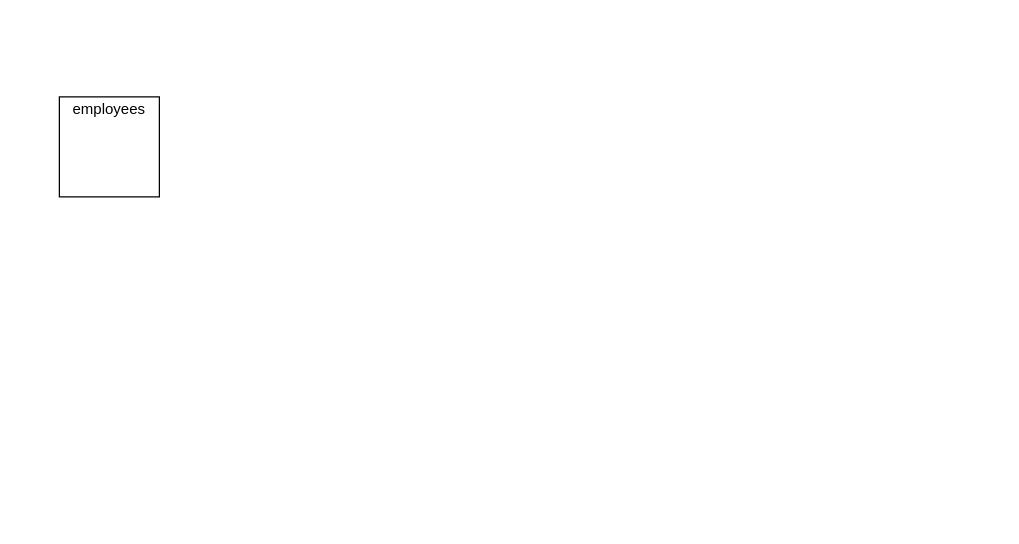
Above: page "Schema All-relation Study" (1 of 4) of Untitled Diagram.drawio in drfrostongithub/First_Project (draw.io), before the change. Source tidied: cells renumbered, new cells numbered last; positions are measured from the earlier drawing's top-left corner, leaving out a move shared by most shapes. Both pictures are drawn from the tidied source at 125%, with x=0, y=0 at pixel (59, 96).
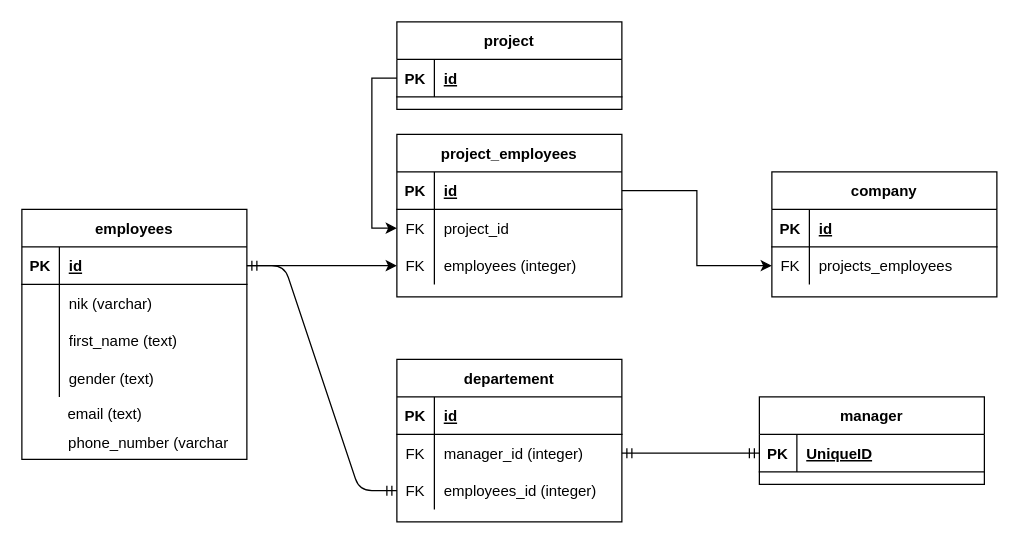
The same diagram, later.

What changed in the source:
```diff
@@
-    <mxCell id="2" style="whiteSpace=wrap;html=1;" parent="1" vertex="1">
-      <mxGeometry width="80" height="80" as="geometry" />
-    </mxCell>
+    <mxCell id="4" style="edgeStyle=entityRelationEdgeStyle;fontSize=12;html=1;endArrow=ERmandOne;startArrow=ERmandOne;entryX=0;entryY=0.5;entryDx=0;entryDy=0;" parent="1" edge="1" source="29" target="13">
+      <mxGeometry relative="1" as="geometry" />
+    </mxCell>
+    <mxCell id="5" style="edgeStyle=entityRelationEdgeStyle;fontSize=12;html=1;endArrow=ERmandOne;startArrow=ERmandOne;exitX=1;exitY=0.5;exitDx=0;exitDy=0;entryX=0;entryY=0.5;entryDx=0;entryDy=0;" parent="1" edge="1" source="10" target="57">
+      <mxGeometry relative="1" as="geometry" />
+    </mxCell>
+    <mxCell id="6" value="departement" style="shape=table;startSize=30;childLayout=tableLayout;rowLines=0;fontStyle=1;align=center;" parent="1" vertex="1">
+      <mxGeometry x="270" y="210" width="180" height="130" as="geometry" />
+    </mxCell>
+    <mxCell id="7" style="shape=partialRectangle;fillColor=none;top=0;left=0;bottom=1;right=0;" parent="6" vertex="1">
+      <mxGeometry y="30" width="180" height="30" as="geometry" />
+    </mxCell>
+    <mxCell id="8" value="PK" style="shape=partialRectangle;fillColor=none;top=0;left=0;bottom=0;right=0;fontStyle=1;overflow=hidden;" parent="7" vertex="1">
+      <mxGeometry width="30" height="30" as="geometry" />
+    </mxCell>
+    <mxCell id="9" value="id" style="shape=partialRectangle;fillColor=none;top=0;left=0;bottom=0;right=0;align=left;spacingLeft=6;fontStyle=5;overflow=hidden;" parent="7" vertex="1">
+      <mxGeometry x="30" width="150" height="30" as="geometry" />
+    </mxCell>
+    <mxCell id="10" style="shape=partialRectangle;fillColor=none;top=0;left=0;bottom=0;right=0;points=[[0,0.5],[1,0.5]];portConstraint=eastwest;" parent="6" vertex="1">
+      <mxGeometry y="60" width="180" height="30" as="geometry" />
+    </mxCell>
+    <mxCell id="11" value="FK" style="shape=partialRectangle;fillColor=none;top=0;left=0;bottom=0;right=0;overflow=hidden;" parent="10" vertex="1">
+      <mxGeometry width="30" height="30" as="geometry" />
+    </mxCell>
+    <mxCell id="12" value="manager_id (integer)" style="shape=partialRectangle;fillColor=none;top=0;left=0;bottom=0;right=0;align=left;spacingLeft=6;overflow=hidden;" parent="10" vertex="1">
+      <mxGeometry x="30" width="150" height="30" as="geometry" />
+    </mxCell>
+    <mxCell id="13" style="shape=partialRectangle;fillColor=none;top=0;left=0;bottom=0;right=0;points=[[0,0.5],[1,0.5]];portConstraint=eastwest;" parent="6" vertex="1">
+      <mxGeometry y="90" width="180" height="30" as="geometry" />
+    </mxCell>
+    <mxCell id="14" value="FK" style="shape=partialRectangle;fillColor=none;top=0;left=0;bottom=0;right=0;overflow=hidden;" parent="13" vertex="1">
+      <mxGeometry width="30" height="30" as="geometry" />
+    </mxCell>
+    <mxCell id="15" value="employees_id (integer)" style="shape=partialRectangle;fillColor=none;top=0;left=0;bottom=0;right=0;align=left;spacingLeft=6;overflow=hidden;" parent="13" vertex="1">
+      <mxGeometry x="30" width="150" height="30" as="geometry" />
+    </mxCell>
+    <mxCell id="16" value="project_employees" style="shape=table;startSize=30;childLayout=tableLayout;rowLines=0;fontStyle=1;align=center;" parent="1" vertex="1">
+      <mxGeometry x="270" y="30" width="180" height="130" as="geometry" />
+    </mxCell>
+    <mxCell id="17" style="shape=partialRectangle;fillColor=none;top=0;left=0;bottom=1;right=0;points=[[0,0.5],[1,0.5]];portConstraint=eastwest;" parent="16" vertex="1">
+      <mxGeometry y="30" width="180" height="30" as="geometry" />
+    </mxCell>
+    <mxCell id="18" value="PK" style="shape=partialRectangle;fillColor=none;top=0;left=0;bottom=0;right=0;fontStyle=1;overflow=hidden;" parent="17" vertex="1">
+      <mxGeometry width="30" height="30" as="geometry" />
+    </mxCell>
+    <mxCell id="19" value="id" style="shape=partialRectangle;fillColor=none;top=0;left=0;bottom=0;right=0;align=left;spacingLeft=6;fontStyle=5;overflow=hidden;" parent="17" vertex="1">
+      <mxGeometry x="30" width="150" height="30" as="geometry" />
+    </mxCell>
+    <mxCell id="20" style="shape=partialRectangle;fillColor=none;top=0;left=0;bottom=0;right=0;points=[[0,0.5],[1,0.5]];portConstraint=eastwest;" parent="16" vertex="1">
+      <mxGeometry y="60" width="180" height="30" as="geometry" />
+    </mxCell>
+    <mxCell id="21" value="FK" style="shape=partialRectangle;fillColor=none;top=0;left=0;bottom=0;right=0;overflow=hidden;" parent="20" vertex="1">
+      <mxGeometry width="30" height="30" as="geometry" />
+    </mxCell>
+    <mxCell id="22" value="project_id" style="shape=partialRectangle;fillColor=none;top=0;left=0;bottom=0;right=0;align=left;spacingLeft=6;overflow=hidden;" parent="20" vertex="1">
+      <mxGeometry x="30" width="150" height="30" as="geometry" />
+    </mxCell>
+    <mxCell id="23" style="shape=partialRectangle;fillColor=none;top=0;left=0;bottom=0;right=0;points=[[0,0.5],[1,0.5]];portConstraint=eastwest;" parent="16" vertex="1">
+      <mxGeometry y="90" width="180" height="30" as="geometry" />
+    </mxCell>
+    <mxCell id="24" value="FK" style="shape=partialRectangle;fillColor=none;top=0;left=0;bottom=0;right=0;overflow=hidden;" parent="23" vertex="1">
+      <mxGeometry width="30" height="30" as="geometry" />
+    </mxCell>
+    <mxCell id="25" value="employees (integer)" style="shape=partialRectangle;fillColor=none;top=0;left=0;bottom=0;right=0;align=left;spacingLeft=6;overflow=hidden;" parent="23" vertex="1">
+      <mxGeometry x="30" width="150" height="30" as="geometry" />
+    </mxCell>
+    <mxCell id="26" style="edgeStyle=orthogonalEdgeStyle;rounded=0;jettySize=auto;html=1;exitX=1;exitY=0.5;exitDx=0;exitDy=0;entryX=0;entryY=0.5;entryDx=0;entryDy=0;" parent="1" edge="1" source="29" target="23">
+      <mxGeometry relative="1" as="geometry" />
+    </mxCell>
+    <mxCell id="27" style="edgeStyle=orthogonalEdgeStyle;rounded=0;jettySize=auto;html=1;exitX=0;exitY=0.5;exitDx=0;exitDy=0;entryX=0;entryY=0.5;entryDx=0;entryDy=0;" parent="1" edge="1" source="45" target="20">
+      <mxGeometry relative="1" as="geometry" />
+    </mxCell>
+    <mxCell id="28" style="group;" parent="1" vertex="1">
+      <mxGeometry x="-30" y="90" width="180" height="200" as="geometry" />
+    </mxCell>
-    <mxCell id="3" value="employees&lt;br&gt;" style="text;html=1;strokeColor=none;fillColor=none;align=center;verticalAlign=middle;whiteSpace=wrap;rounded=0;" parent="1" vertex="1">
-      <mxGeometry x="20" width="40" height="20" as="geometry" />
+    <mxCell id="3" value="employees" style="shape=table;startSize=30;childLayout=tableLayout;rowLines=0;fontStyle=1;align=center;" parent="28" vertex="1">
+      <mxGeometry width="180" height="200" as="geometry" />
     </mxCell>
+    <mxCell id="29" style="shape=partialRectangle;fillColor=none;top=0;left=0;bottom=1;right=0;points=[[0,0.5],[1,0.5]];portConstraint=eastwest;" parent="3" vertex="1">
+      <mxGeometry y="30" width="180" height="30" as="geometry" />
+    </mxCell>
+    <mxCell id="30" value="PK" style="shape=partialRectangle;fillColor=none;top=0;left=0;bottom=0;right=0;fontStyle=1;overflow=hidden;" parent="29" vertex="1">
+      <mxGeometry width="30" height="30" as="geometry" />
+    </mxCell>
+    <mxCell id="31" value="id" style="shape=partialRectangle;fillColor=none;top=0;left=0;bottom=0;right=0;align=left;spacingLeft=6;fontStyle=5;overflow=hidden;" parent="29" vertex="1">
+      <mxGeometry x="30" width="150" height="30" as="geometry" />
+    </mxCell>
+    <mxCell id="32" style="shape=partialRectangle;fillColor=none;top=0;left=0;bottom=0;right=0;" parent="3" vertex="1">
+      <mxGeometry y="60" width="180" height="30" as="geometry" />
+    </mxCell>
+    <mxCell id="33" style="shape=partialRectangle;fillColor=none;top=0;left=0;bottom=0;right=0;overflow=hidden;" parent="32" vertex="1">
+      <mxGeometry width="30" height="30" as="geometry" />
+    </mxCell>
+    <mxCell id="34" value="nik (varchar)" style="shape=partialRectangle;fillColor=none;top=0;left=0;bottom=0;right=0;align=left;spacingLeft=6;overflow=hidden;" parent="32" vertex="1">
+      <mxGeometry x="30" width="150" height="30" as="geometry" />
+    </mxCell>
+    <mxCell id="35" style="shape=partialRectangle;fillColor=none;top=0;left=0;bottom=0;right=0;" parent="3" vertex="1">
+      <mxGeometry y="90" width="180" height="30" as="geometry" />
+    </mxCell>
+    <mxCell id="36" style="shape=partialRectangle;fillColor=none;top=0;left=0;bottom=0;right=0;overflow=hidden;" parent="35" vertex="1">
+      <mxGeometry width="30" height="30" as="geometry" />
+    </mxCell>
+    <mxCell id="37" value="first_name (text)" style="shape=partialRectangle;fillColor=none;top=0;left=0;bottom=0;right=0;align=left;spacingLeft=6;overflow=hidden;" parent="35" vertex="1">
+      <mxGeometry x="30" width="150" height="30" as="geometry" />
+    </mxCell>
+    <mxCell id="38" style="shape=partialRectangle;fillColor=none;top=0;left=0;bottom=0;right=0;" parent="3" vertex="1">
+      <mxGeometry y="120" width="180" height="30" as="geometry" />
+    </mxCell>
+    <mxCell id="39" style="shape=partialRectangle;fillColor=none;top=0;left=0;bottom=0;right=0;overflow=hidden;" parent="38" vertex="1">
+      <mxGeometry width="30" height="30" as="geometry" />
+    </mxCell>
+    <mxCell id="40" value="gender (text)" style="shape=partialRectangle;fillColor=none;top=0;left=0;bottom=0;right=0;align=left;spacingLeft=6;overflow=hidden;" parent="38" vertex="1">
+      <mxGeometry x="30" width="150" height="30" as="geometry" />
+    </mxCell>
+    <mxCell id="41" style="group;" parent="28" vertex="1">
+      <mxGeometry x="31" y="150" width="140" height="47" as="geometry" />
+    </mxCell>
+    <mxCell id="42" value="email (text)" style="text;strokeColor=none;fillColor=none;spacingLeft=4;spacingRight=4;overflow=hidden;fontSize=12;" parent="41" vertex="1">
+      <mxGeometry width="80" height="30" as="geometry" />
+    </mxCell>
+    <mxCell id="43" value="phone_number (varchar" style="text;html=1;align=center;verticalAlign=middle;" parent="41" vertex="1">
+      <mxGeometry y="27" width="140" height="20" as="geometry" />
+    </mxCell>
+    <mxCell id="44" value="project" style="shape=table;startSize=30;childLayout=tableLayout;rowLines=0;fontStyle=1;align=center;" parent="1" vertex="1">
+      <mxGeometry x="270" y="-60" width="180" height="70" as="geometry" />
+    </mxCell>
+    <mxCell id="45" style="shape=partialRectangle;fillColor=none;top=0;left=0;bottom=1;right=0;points=[[0,0.5],[1,0.5]];portConstraint=eastwest;" parent="44" vertex="1">
+      <mxGeometry y="30" width="180" height="30" as="geometry" />
+    </mxCell>
+    <mxCell id="46" value="PK" style="shape=partialRectangle;fillColor=none;top=0;left=0;bottom=0;right=0;fontStyle=1;overflow=hidden;" parent="45" vertex="1">
+      <mxGeometry width="30" height="30" as="geometry" />
+    </mxCell>
+    <mxCell id="47" value="id" style="shape=partialRectangle;fillColor=none;top=0;left=0;bottom=0;right=0;align=left;spacingLeft=6;fontStyle=5;overflow=hidden;" parent="45" vertex="1">
+      <mxGeometry x="30" width="150" height="30" as="geometry" />
+    </mxCell>
+    <mxCell id="48" value="company" style="shape=table;startSize=30;childLayout=tableLayout;rowLines=0;fontStyle=1;align=center;" parent="1" vertex="1">
+      <mxGeometry x="570" y="60" width="180" height="100" as="geometry" />
+    </mxCell>
+    <mxCell id="49" style="shape=partialRectangle;fillColor=none;top=0;left=0;bottom=1;right=0;" parent="48" vertex="1">
+      <mxGeometry y="30" width="180" height="30" as="geometry" />
+    </mxCell>
+    <mxCell id="50" value="PK" style="shape=partialRectangle;fillColor=none;top=0;left=0;bottom=0;right=0;fontStyle=1;overflow=hidden;" parent="49" vertex="1">
+      <mxGeometry width="30" height="30" as="geometry" />
+    </mxCell>
+    <mxCell id="51" value="id" style="shape=partialRectangle;fillColor=none;top=0;left=0;bottom=0;right=0;align=left;spacingLeft=6;fontStyle=5;overflow=hidden;" parent="49" vertex="1">
+      <mxGeometry x="30" width="150" height="30" as="geometry" />
+    </mxCell>
+    <mxCell id="52" style="shape=partialRectangle;fillColor=none;top=0;left=0;bottom=0;right=0;points=[[0,0.5],[1,0.5]];portConstraint=eastwest;" parent="48" vertex="1">
+      <mxGeometry y="60" width="180" height="30" as="geometry" />
+    </mxCell>
+    <mxCell id="53" value="FK" style="shape=partialRectangle;fillColor=none;top=0;left=0;bottom=0;right=0;overflow=hidden;" parent="52" vertex="1">
+      <mxGeometry width="30" height="30" as="geometry" />
+    </mxCell>
+    <mxCell id="54" value="projects_employees" style="shape=partialRectangle;fillColor=none;top=0;left=0;bottom=0;right=0;align=left;spacingLeft=6;overflow=hidden;" parent="52" vertex="1">
+      <mxGeometry x="30" width="150" height="30" as="geometry" />
+    </mxCell>
+    <mxCell id="55" style="edgeStyle=orthogonalEdgeStyle;rounded=0;jettySize=auto;html=1;exitX=1;exitY=0.5;exitDx=0;exitDy=0;" parent="1" edge="1" source="17" target="52">
+      <mxGeometry relative="1" as="geometry" />
+    </mxCell>
+    <mxCell id="56" value="manager" style="shape=table;startSize=30;childLayout=tableLayout;rowLines=0;fontStyle=1;align=center;" parent="1" vertex="1">
+      <mxGeometry x="560" y="240" width="180" height="70" as="geometry" />
+    </mxCell>
+    <mxCell id="57" style="shape=partialRectangle;fillColor=none;top=0;left=0;bottom=1;right=0;points=[[0,0.5],[1,0.5]];portConstraint=eastwest;" parent="56" vertex="1">
+      <mxGeometry y="30" width="180" height="30" as="geometry" />
+    </mxCell>
+    <mxCell id="58" value="PK" style="shape=partialRectangle;fillColor=none;top=0;left=0;bottom=0;right=0;fontStyle=1;overflow=hidden;" parent="57" vertex="1">
+      <mxGeometry width="30" height="30" as="geometry" />
+    </mxCell>
+    <mxCell id="59" value="UniqueID" style="shape=partialRectangle;fillColor=none;top=0;left=0;bottom=0;right=0;align=left;spacingLeft=6;fontStyle=5;overflow=hidden;" parent="57" vertex="1">
+      <mxGeometry x="30" width="150" height="30" as="geometry" />
+    </mxCell>
```
